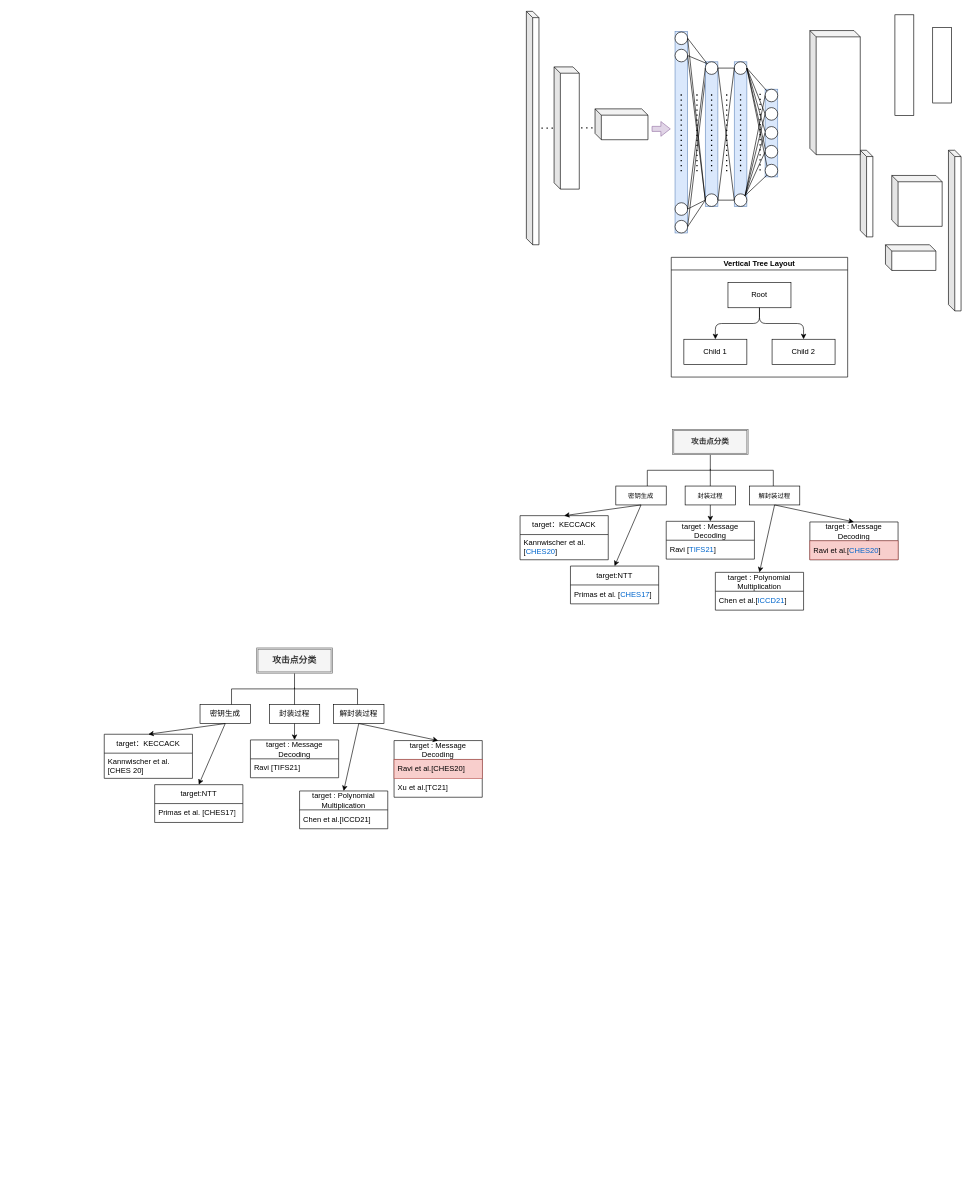
Before: page "第 1 页" (1 of 3) of 未命名绘图.drawio in bazingaaaa-ss/easymcm, a draw.io diagram. Source tidied: cells renumbered, new cells numbered last; positions are measured from the earlier drawing's top-left corner, leaving out a move shared by most shapes. Both pictures are drawn from the tidied source at 63%, with x=0, y=0 at pixel (104, 11).
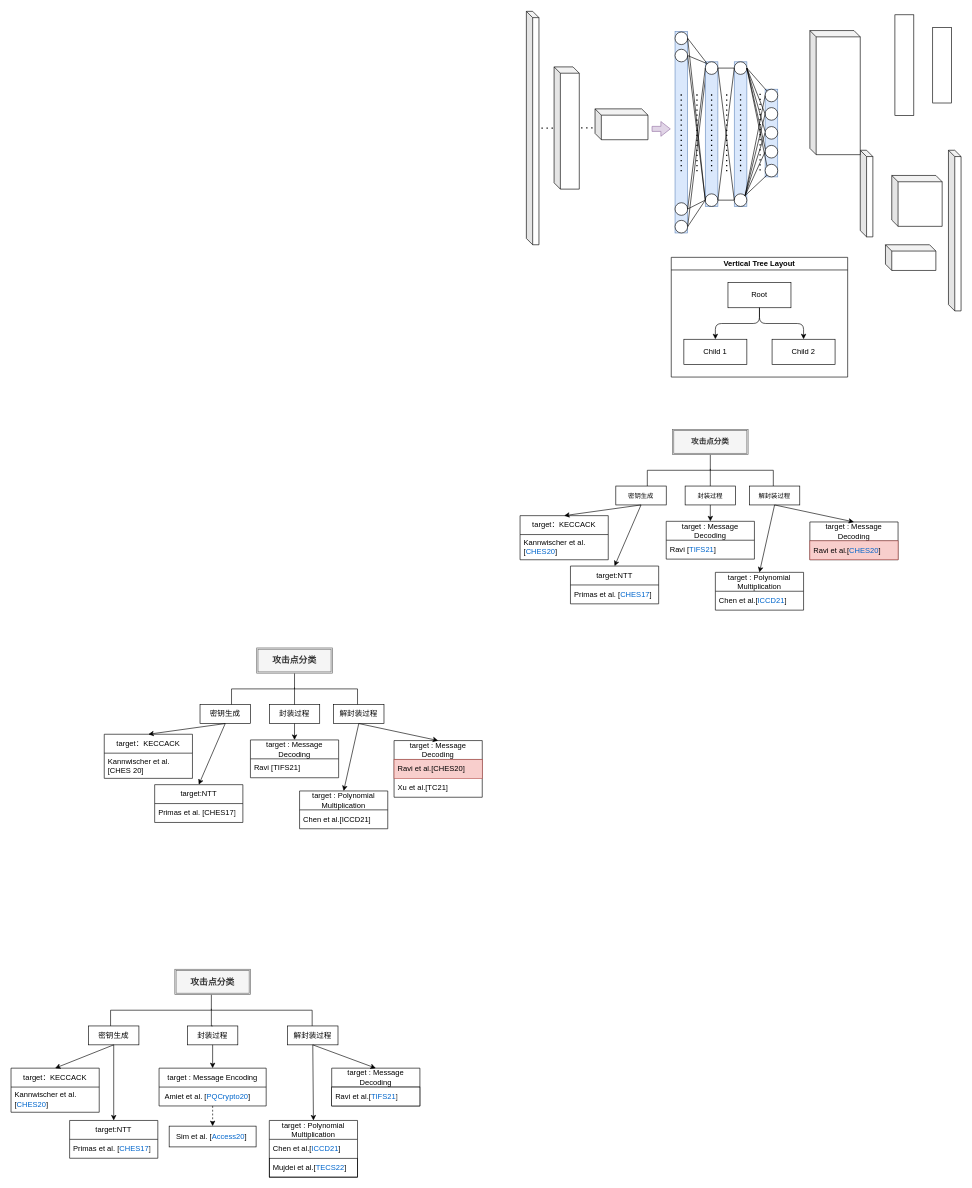
The same diagram, later.

The edit, as a diff of the source:
```diff
@@
+    <mxCell id="111" style="group;" parent="1" vertex="1">
+      <mxGeometry x="-148" y="1520" width="649" height="330" as="geometry" />
+    </mxCell>
+    <mxCell id="112" style="strokeWidth=1;html=1;shape=mxgraph.flowchart.annotation_2;align=left;labelPosition=right;rotation=0;direction=south;" parent="111" vertex="1">
+      <mxGeometry x="158" y="40" width="320" height="50" as="geometry" />
+    </mxCell>
+    <mxCell id="113" value="&lt;font style=&quot;font-size: 12px;&quot;&gt;密钥生成&lt;/font&gt;" style="rounded=0;whiteSpace=wrap;html=1;fontSize=12;" parent="111" vertex="1">
+      <mxGeometry x="123" y="90" width="80" height="30" as="geometry" />
+    </mxCell>
+    <mxCell id="114" value="攻击点分类" style="shape=ext;double=1;rounded=0;whiteSpace=wrap;html=1;fillColor=#f5f5f5;fontColor=#333333;strokeColor=#666666;fontStyle=1;fontSize=14;" parent="111" vertex="1">
+      <mxGeometry x="260" width="120" height="40" as="geometry" />
+    </mxCell>
+    <mxCell id="115" value="封装过程" style="rounded=0;whiteSpace=wrap;html=1;fontSize=12;" parent="111" vertex="1">
+      <mxGeometry x="280" y="90" width="80" height="30" as="geometry" />
+    </mxCell>
+    <mxCell id="116" value="解封装过程" style="rounded=0;whiteSpace=wrap;html=1;fontSize=12;" parent="111" vertex="1">
+      <mxGeometry x="439" y="90" width="80" height="30" as="geometry" />
+    </mxCell>
+    <mxCell id="117" style="edgeStyle=orthogonalEdgeStyle;rounded=0;jettySize=auto;html=1;exitX=0.5;exitY=0;exitDx=0;exitDy=0;entryX=0.455;entryY=0.5;entryDx=0;entryDy=0;entryPerimeter=0;strokeWidth=1;endArrow=none;endFill=0;" parent="111" edge="1" source="115" target="112">
+      <mxGeometry relative="1" as="geometry" />
+    </mxCell>
+    <mxCell id="118" value="target：KECCACK" style="swimlane;fontStyle=0;horizontal=1;startSize=30;whiteSpace=wrap;html=1;" parent="111" vertex="1">
+      <mxGeometry y="157" width="140" height="70" as="geometry" />
+    </mxCell>
+    <mxCell id="119" style="rounded=0;jettySize=auto;html=1;exitX=0.5;exitY=1;exitDx=0;exitDy=0;entryX=0.5;entryY=0;entryDx=0;entryDy=0;" parent="111" edge="1" source="113" target="118">
+      <mxGeometry relative="1" as="geometry" />
+    </mxCell>
+    <mxCell id="120" value="target:NTT" style="swimlane;fontStyle=0;horizontal=1;startSize=30;whiteSpace=wrap;html=1;" parent="111" vertex="1">
+      <mxGeometry x="93" y="240" width="140" height="60" as="geometry" />
+    </mxCell>
+    <mxCell id="121" style="rounded=0;jettySize=auto;html=1;exitX=0.5;exitY=1;exitDx=0;exitDy=0;entryX=0.5;entryY=0;entryDx=0;entryDy=0;endArrow=classic;endFill=1;" parent="111" edge="1" source="113" target="120">
+      <mxGeometry relative="1" as="geometry" />
+    </mxCell>
+    <mxCell id="122" value="target : Message Encoding" style="swimlane;fontStyle=0;horizontal=1;startSize=30;whiteSpace=wrap;html=1;" parent="111" vertex="1">
+      <mxGeometry x="235" y="157" width="170" height="60" as="geometry" />
+    </mxCell>
+    <mxCell id="123" style="rounded=0;jettySize=auto;html=1;exitX=0.5;exitY=1;exitDx=0;exitDy=0;entryX=0.5;entryY=0;entryDx=0;entryDy=0;" parent="111" edge="1" source="115" target="122">
+      <mxGeometry relative="1" as="geometry" />
+    </mxCell>
+    <mxCell id="124" value="target : Message Decoding" style="swimlane;fontStyle=0;horizontal=1;startSize=30;whiteSpace=wrap;html=1;" parent="111" vertex="1">
+      <mxGeometry x="509" y="157" width="140" height="60" as="geometry" />
+    </mxCell>
+    <mxCell id="125" style="rounded=0;jettySize=auto;html=1;exitX=0.5;exitY=1;exitDx=0;exitDy=0;entryX=0.5;entryY=0;entryDx=0;entryDy=0;" parent="111" edge="1" source="116" target="124">
+      <mxGeometry relative="1" as="geometry" />
+    </mxCell>
+    <mxCell id="126" value="target : Polynomial Multiplication" style="swimlane;fontStyle=0;horizontal=1;startSize=30;whiteSpace=wrap;html=1;" parent="111" vertex="1">
+      <mxGeometry x="410" y="240" width="140" height="90" as="geometry" />
+    </mxCell>
+    <mxCell id="127" style="rounded=0;jettySize=auto;html=1;exitX=0.5;exitY=1;exitDx=0;exitDy=0;entryX=0.5;entryY=0;entryDx=0;entryDy=0;" parent="111" edge="1" source="116" target="126">
+      <mxGeometry relative="1" as="geometry" />
+    </mxCell>
+    <mxCell id="128" value="Kannwischer et al.[&lt;font color=&quot;#0066cc&quot;&gt;CHES20&lt;/font&gt;]" style="text;strokeColor=none;fillColor=none;align=left;verticalAlign=middle;spacingLeft=4;spacingRight=4;overflow=hidden;whiteSpace=wrap;html=1;" parent="111" vertex="1">
+      <mxGeometry y="187" width="140" height="40" as="geometry" />
+    </mxCell>
+    <mxCell id="129" value="Primas et al. [&lt;font color=&quot;#0066cc&quot;&gt;CHES17&lt;/font&gt;]" style="text;strokeColor=none;fillColor=none;align=left;verticalAlign=middle;spacingLeft=4;spacingRight=4;overflow=hidden;whiteSpace=wrap;html=1;" parent="111" vertex="1">
+      <mxGeometry x="93" y="270" width="140" height="30" as="geometry" />
+    </mxCell>
+    <mxCell id="130" value="Amiet et al. [&lt;font color=&quot;#0066cc&quot;&gt;PQCrypto20&lt;/font&gt;]&amp;nbsp;" style="text;strokeColor=none;fillColor=none;align=left;verticalAlign=middle;spacingLeft=4;spacingRight=4;overflow=hidden;whiteSpace=wrap;html=1;" parent="111" vertex="1">
+      <mxGeometry x="238" y="187" width="160" height="30" as="geometry" />
+    </mxCell>
+    <mxCell id="131" value="Ravi et al.[&lt;font color=&quot;#0066cc&quot;&gt;TIFS21&lt;/font&gt;]" style="text;strokeColor=#000000;fillColor=#FFFFFF;align=left;verticalAlign=middle;spacingLeft=4;spacingRight=4;overflow=hidden;whiteSpace=wrap;html=1;" parent="111" vertex="1">
+      <mxGeometry x="509" y="187" width="140" height="30" as="geometry" />
+    </mxCell>
+    <mxCell id="132" value="Chen et al.[&lt;font color=&quot;#0066cc&quot;&gt;ICCD21&lt;/font&gt;]" style="text;strokeColor=none;fillColor=none;align=left;verticalAlign=middle;spacingLeft=4;spacingRight=4;overflow=hidden;whiteSpace=wrap;html=1;" parent="111" vertex="1">
+      <mxGeometry x="410" y="270" width="140" height="30" as="geometry" />
+    </mxCell>
+    <mxCell id="133" value="Sim et al. [&lt;font color=&quot;#0066cc&quot;&gt;Access&lt;/font&gt;&lt;font style=&quot;border-color: var(--border-color);&quot; color=&quot;#0066cc&quot;&gt;20&lt;/font&gt;&lt;span style=&quot;&quot;&gt;]&amp;nbsp;&lt;/span&gt;" style="rounded=0;whiteSpace=wrap;html=1;align=center;" parent="111" vertex="1">
+      <mxGeometry x="251" y="249" width="138" height="33" as="geometry" />
+    </mxCell>
+    <mxCell id="134" style="edgeStyle=orthogonalEdgeStyle;rounded=0;jettySize=auto;html=1;exitX=0.5;exitY=1;exitDx=0;exitDy=0;entryX=0.5;entryY=0;entryDx=0;entryDy=0;dashed=1;" parent="111" edge="1" source="122" target="133">
+      <mxGeometry relative="1" as="geometry" />
+    </mxCell>
+    <mxCell id="135" value="Mujdei et al.[&lt;font color=&quot;#0066cc&quot;&gt;TECS22&lt;/font&gt;]" style="text;strokeColor=default;fillColor=none;align=left;verticalAlign=middle;spacingLeft=4;spacingRight=4;overflow=hidden;whiteSpace=wrap;html=1;" parent="111" vertex="1">
+      <mxGeometry x="410" y="300" width="140" height="30" as="geometry" />
+    </mxCell>
```
